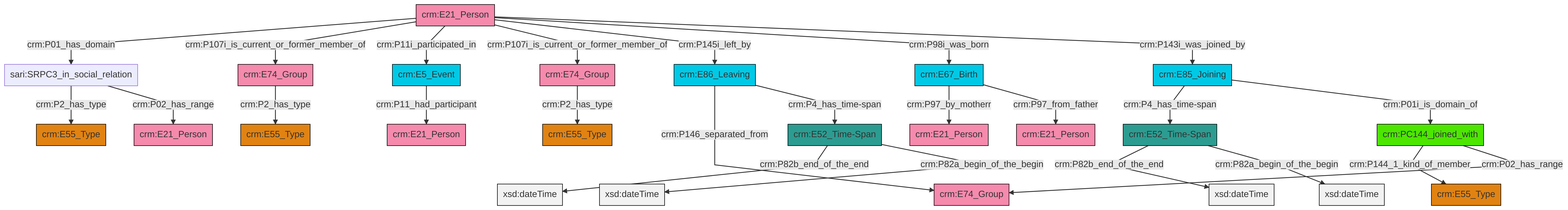
Above: et/personCSV/ttl/mmd/png/Person_Actor_Relations.png in swiss-art-research-net/reference-data-models (Mermaid), before the change. Its source is kept beside it as et/personCSV/ttl/mmd/Person_Actor_Relations.ttl.mmd.
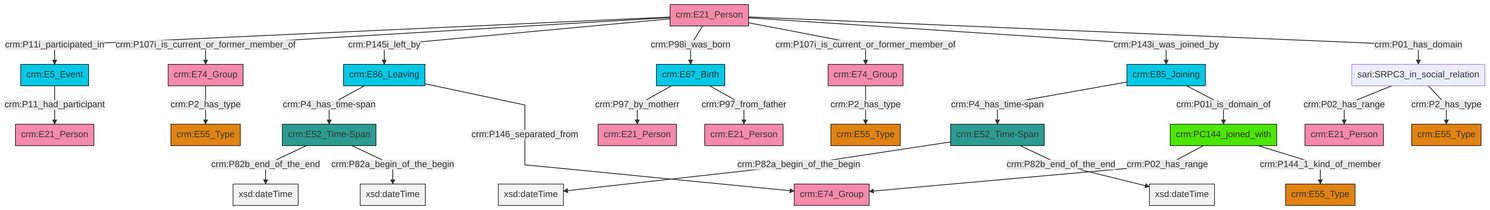
The same file after the commit.

Change to the diagram source:
```diff
@@ -13,27 +13,27 @@
 classDef PC_Classes fill:#4ce600, stroke:#000000;
 classDef Multi fill:#cccccc,stroke:#000000;
 
-6["crm:PC144_joined_with"]:::PC_Classes -->|crm:P144_1_kind_of_member| 7["crm:E55_Type"]:::Type
-12["crm:E86_Leaving"]:::Temporal_Entity -->|crm:P146_separated_from| 13["crm:E74_Group"]:::Actor
-16["crm:E52_Time-Span"]:::Time-Span -->|crm:P82b_end_of_the_end| 18[xsd:dateTime]:::Literal
-19["crm:E21_Person"]:::Actor -->|crm:P01_has_domain| 2["sari:SRPC3_in_social_relation"]:::Default
-19["crm:E21_Person"]:::Actor -->|crm:P107i_is_current_or_former_member_of| 0["crm:E74_Group"]:::Actor
-22["crm:E5_Event"]:::Temporal_Entity -->|crm:P11_had_participant| 20["crm:E21_Person"]:::Actor
-16["crm:E52_Time-Span"]:::Time-Span -->|crm:P82a_begin_of_the_begin| 27[xsd:dateTime]:::Literal
-30["crm:E74_Group"]:::Actor -->|crm:P2_has_type| 31["crm:E55_Type"]:::Type
-19["crm:E21_Person"]:::Actor -->|crm:P11i_participated_in| 22["crm:E5_Event"]:::Temporal_Entity
-28["crm:E52_Time-Span"]:::Time-Span -->|crm:P82b_end_of_the_end| 32[xsd:dateTime]:::Literal
-19["crm:E21_Person"]:::Actor -->|crm:P107i_is_current_or_former_member_of| 30["crm:E74_Group"]:::Actor
-12["crm:E86_Leaving"]:::Temporal_Entity -->|crm:P4_has_time-span| 28["crm:E52_Time-Span"]:::Time-Span
-19["crm:E21_Person"]:::Actor -->|crm:P145i_left_by| 12["crm:E86_Leaving"]:::Temporal_Entity
-19["crm:E21_Person"]:::Actor -->|crm:P98i_was_born| 23["crm:E67_Birth"]:::Temporal_Entity
-2["sari:SRPC3_in_social_relation"]:::Default -->|crm:P2_has_type| 36["crm:E55_Type"]:::Type
-2["sari:SRPC3_in_social_relation"]:::Default -->|crm:P02_has_range| 14["crm:E21_Person"]:::Actor
-23["crm:E67_Birth"]:::Temporal_Entity -->|crm:P97_by_motherr| 10["crm:E21_Person"]:::Actor
-6["crm:PC144_joined_with"]:::PC_Classes -->|crm:P02_has_range| 13["crm:E74_Group"]:::Actor
-28["crm:E52_Time-Span"]:::Time-Span -->|crm:P82a_begin_of_the_begin| 37[xsd:dateTime]:::Literal
-19["crm:E21_Person"]:::Actor -->|crm:P143i_was_joined_by| 8["crm:E85_Joining"]:::Temporal_Entity
-0["crm:E74_Group"]:::Actor -->|crm:P2_has_type| 4["crm:E55_Type"]:::Type
-8["crm:E85_Joining"]:::Temporal_Entity -->|crm:P4_has_time-span| 16["crm:E52_Time-Span"]:::Time-Span
-8["crm:E85_Joining"]:::Temporal_Entity -->|crm:P01i_is_domain_of| 6["crm:PC144_joined_with"]:::PC_Classes
-23["crm:E67_Birth"]:::Temporal_Entity -->|crm:P97_from_father| 25["crm:E21_Person"]:::Actor
+0["crm:E21_Person"]:::Actor -->|crm:P11i_participated_in| 1["crm:E5_Event"]:::Temporal_Entity
+4["crm:E52_Time-Span"]:::Time-Span -->|crm:P82a_begin_of_the_begin| 5[xsd:dateTime]:::Literal
+8["crm:E86_Leaving"]:::Temporal_Entity -->|crm:P4_has_time-span| 9["crm:E52_Time-Span"]:::Time-Span
+0["crm:E21_Person"]:::Actor -->|crm:P107i_is_current_or_former_member_of| 11["crm:E74_Group"]:::Actor
+2["sari:SRPC3_in_social_relation"]:::Default -->|crm:P02_has_range| 18["crm:E21_Person"]:::Actor
+4["crm:E52_Time-Span"]:::Time-Span -->|crm:P82b_end_of_the_end| 21[xsd:dateTime]:::Literal
+8["crm:E86_Leaving"]:::Temporal_Entity -->|crm:P146_separated_from| 22["crm:E74_Group"]:::Actor
+19["crm:PC144_joined_with"]:::PC_Classes -->|crm:P02_has_range| 22["crm:E74_Group"]:::Actor
+0["crm:E21_Person"]:::Actor -->|crm:P145i_left_by| 8["crm:E86_Leaving"]:::Temporal_Entity
+0["crm:E21_Person"]:::Actor -->|crm:P98i_was_born| 24["crm:E67_Birth"]:::Temporal_Entity
+11["crm:E74_Group"]:::Actor -->|crm:P2_has_type| 29["crm:E55_Type"]:::Type
+24["crm:E67_Birth"]:::Temporal_Entity -->|crm:P97_by_motherr| 16["crm:E21_Person"]:::Actor
+25["crm:E85_Joining"]:::Temporal_Entity -->|crm:P4_has_time-span| 4["crm:E52_Time-Span"]:::Time-Span
+19["crm:PC144_joined_with"]:::PC_Classes -->|crm:P144_1_kind_of_member| 14["crm:E55_Type"]:::Type
+24["crm:E67_Birth"]:::Temporal_Entity -->|crm:P97_from_father| 34["crm:E21_Person"]:::Actor
+38["crm:E74_Group"]:::Actor -->|crm:P2_has_type| 31["crm:E55_Type"]:::Type
+1["crm:E5_Event"]:::Temporal_Entity -->|crm:P11_had_participant| 12["crm:E21_Person"]:::Actor
+0["crm:E21_Person"]:::Actor -->|crm:P107i_is_current_or_former_member_of| 38["crm:E74_Group"]:::Actor
+0["crm:E21_Person"]:::Actor -->|crm:P143i_was_joined_by| 25["crm:E85_Joining"]:::Temporal_Entity
+2["sari:SRPC3_in_social_relation"]:::Default -->|crm:P2_has_type| 6["crm:E55_Type"]:::Type
+9["crm:E52_Time-Span"]:::Time-Span -->|crm:P82b_end_of_the_end| 45[xsd:dateTime]:::Literal
+0["crm:E21_Person"]:::Actor -->|crm:P01_has_domain| 2["sari:SRPC3_in_social_relation"]:::Default
+9["crm:E52_Time-Span"]:::Time-Span -->|crm:P82a_begin_of_the_begin| 46[xsd:dateTime]:::Literal
+25["crm:E85_Joining"]:::Temporal_Entity -->|crm:P01i_is_domain_of| 19["crm:PC144_joined_with"]:::PC_Classes
```
